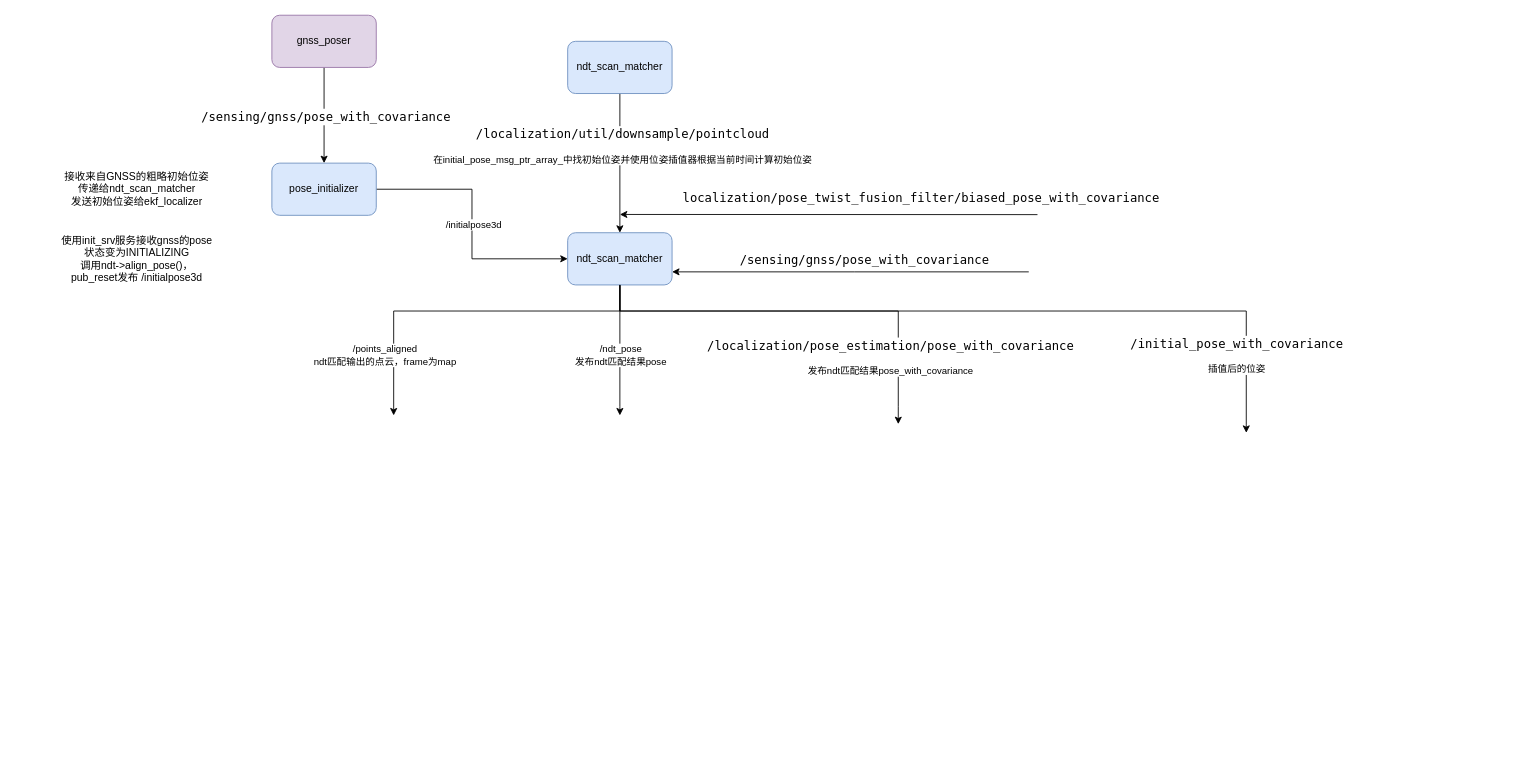
Before: Untitled Diagram.drawio in countsp/autoware.universe, a draw.io diagram. Source tidied: cells renumbered, new cells numbered last; positions are measured from the earlier drawing's top-left corner, leaving out a move shared by most shapes. Both pictures are drawn from the tidied source at 87%, with x=0, y=0 at pixel (15, 15).
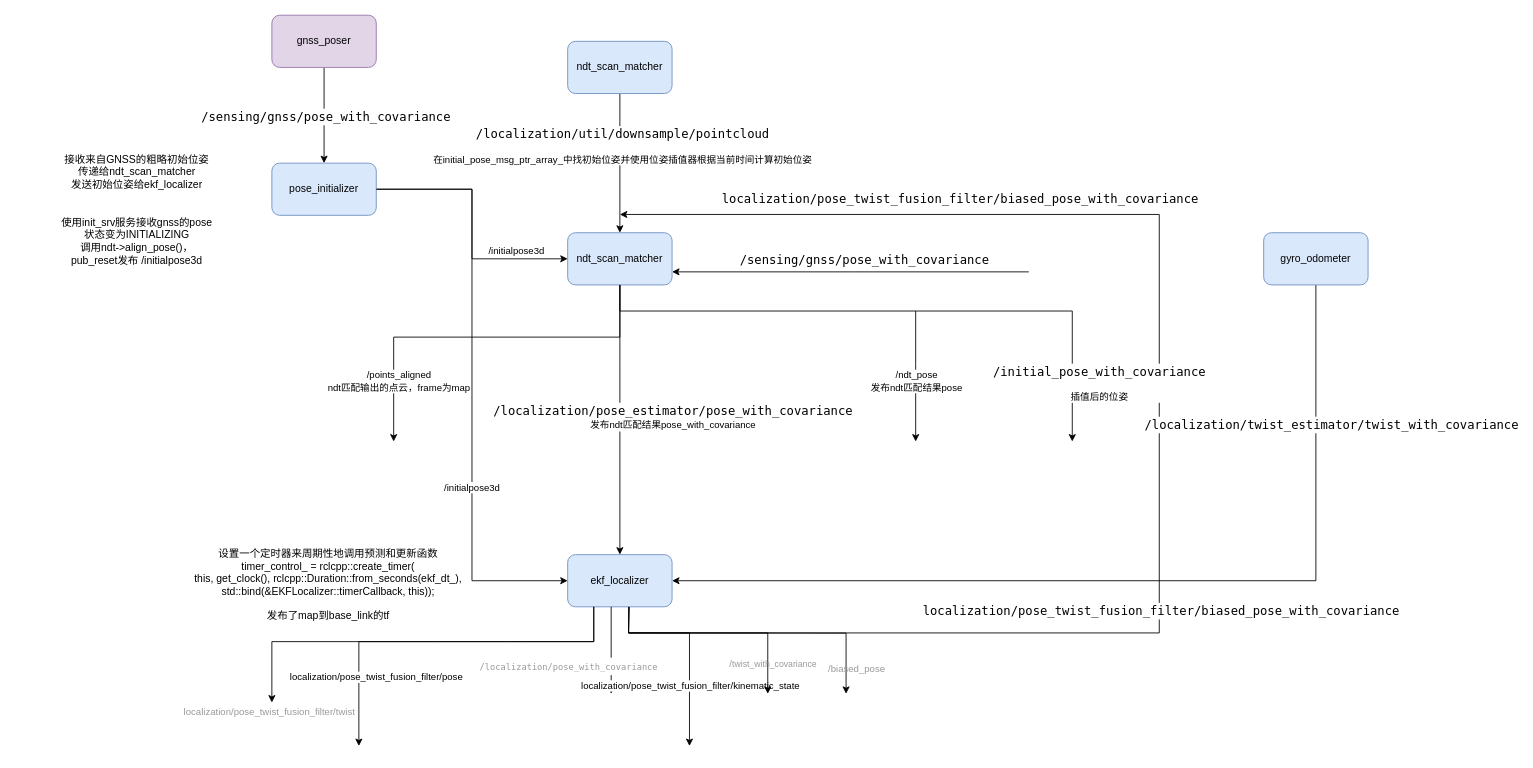
The same page after the edit.

The change refers to these unchanged cells:
```xml
<mxCell id="2" style="edgeStyle=orthogonalEdgeStyle;rounded=0;jettySize=auto;html=1;exitX=1;exitY=0.5;exitDx=0;exitDy=0;entryX=0;entryY=0.5;entryDx=0;entryDy=0;" parent="1" edge="1" source="4" target="14">
  <mxGeometry relative="1" as="geometry" />
</mxCell>
<mxCell id="4" value="pose_initializer" style="rounded=1;whiteSpace=wrap;html=1;fillColor=#dae8fc;strokeColor=#6c8ebf;" parent="1" vertex="1">
  <mxGeometry x="295" y="170" width="120" height="60" as="geometry" />
</mxCell>
<mxCell id="14" value="ndt_scan_matcher" style="rounded=1;whiteSpace=wrap;html=1;fillColor=#dae8fc;strokeColor=#6c8ebf;" parent="1" vertex="1">
  <mxGeometry x="635" y="250" width="120" height="60" as="geometry" />
</mxCell>
```

What changed in the source:
```diff
@@
     <mxCell id="3" value="/initialpose3d" style="edgeLabel;html=1;align=center;verticalAlign=middle;fontFamily=Helvetica;fontSize=11;fontColor=default;labelBackgroundColor=default;fillColor=none;gradientColor=none;" parent="2" vertex="1">
-      <mxGeometry y="1" relative="1" as="geometry" />
+      <mxGeometry y="1" relative="1" as="geometry">
+        <mxPoint x="49" y="30" as="offset" />
+      </mxGeometry>
     </mxCell>
@@
     <mxCell id="5" value="接收来自GNSS的粗略初始位姿&lt;div&gt;传递给ndt_scan_matcher&lt;/div&gt;&lt;div&gt;发送初始位姿给ekf_localizer&lt;/div&gt;" style="text;html=1;align=center;verticalAlign=middle;whiteSpace=wrap;rounded=0;" parent="1" vertex="1">
-      <mxGeometry x="45" y="157.5" width="190" height="85" as="geometry" />
+      <mxGeometry x="45" y="137.5" width="190" height="85" as="geometry" />
     </mxCell>
@@
-    <mxCell id="10" style="edgeStyle=orthogonalEdgeStyle;rounded=0;jettySize=auto;html=1;exitX=0.5;exitY=1;exitDx=0;exitDy=0;" parent="1" edge="1" source="14">
+    <mxCell id="10" style="edgeStyle=orthogonalEdgeStyle;rounded=0;orthogonalLoop=1;jettySize=auto;html=1;exitX=0.5;exitY=1;exitDx=0;exitDy=0;" parent="1" edge="1">
       <mxGeometry relative="1" as="geometry">
-        <mxPoint x="695" y="460" as="targetPoint" />
+        <mxPoint x="1035" y="340" as="sourcePoint" />
+        <mxPoint x="1035" y="490" as="targetPoint" />
         <Array as="points">
-          <mxPoint x="695" y="450" />
+          <mxPoint x="1035" y="400" />
+          <mxPoint x="1035" y="400" />
         </Array>
       </mxGeometry>
     </mxCell>
@@
-    <mxCell id="12" style="edgeStyle=orthogonalEdgeStyle;rounded=0;jettySize=auto;html=1;exitX=0.5;exitY=1;exitDx=0;exitDy=0;" parent="1" edge="1" source="14">
+    <mxCell id="12" style="edgeStyle=orthogonalEdgeStyle;rounded=0;jettySize=auto;html=1;exitX=0.5;exitY=1;exitDx=0;exitDy=0;entryX=0.5;entryY=0;entryDx=0;entryDy=0;" parent="1" edge="1" source="14" target="27">
       <mxGeometry relative="1" as="geometry">
-        <mxPoint x="1015" y="470" as="targetPoint" />
         <Array as="points">
-          <mxPoint x="695" y="340" />
-          <mxPoint x="1015" y="340" />
-          <mxPoint x="1015" y="450" />
+          <mxPoint x="695" y="400" />
+          <mxPoint x="695" y="400" />
         </Array>
       </mxGeometry>
     </mxCell>
-    <mxCell id="13" value="&lt;div style=&quot;color: rgb(204, 204, 204); font-family: &amp;quot;Droid Sans Mono&amp;quot;, &amp;quot;monospace&amp;quot;, monospace; font-weight: normal; font-size: 14px; line-height: 19px; white-space: pre;&quot;&gt;&lt;div&gt;&lt;font color=&quot;#000000&quot;&gt;/localization/pose_estimation/pose_with_covariance&lt;/font&gt;&lt;/div&gt;&lt;/div&gt;&lt;div&gt;&lt;br&gt;&lt;/div&gt;&lt;div&gt;发布ndt匹配结果pose_with_covariance&lt;/div&gt;" style="edgeLabel;html=1;align=center;verticalAlign=middle;" parent="12" vertex="1">
+    <mxCell id="13" value="&lt;div style=&quot;color: rgb(204, 204, 204); font-family: &amp;quot;Droid Sans Mono&amp;quot;, &amp;quot;monospace&amp;quot;, monospace; font-weight: normal; font-size: 14px; line-height: 19px; white-space: pre;&quot;&gt;&lt;div&gt;&lt;font color=&quot;#000000&quot;&gt;/localization/pose_estimator/pose_with_covariance&lt;/font&gt;&lt;/div&gt;&lt;/div&gt;&lt;div&gt;发布ndt匹配结果pose_with_covariance&lt;/div&gt;" style="edgeLabel;html=1;align=center;verticalAlign=middle;" parent="12" vertex="1">
       <mxGeometry x="0.6" y="2" relative="1" as="geometry">
-        <mxPoint x="-12" y="18" as="offset" />
+        <mxPoint x="58" y="-97" as="offset" />
       </mxGeometry>
     </mxCell>
@@
     <mxCell id="15" value="&lt;div&gt;使用init_srv服务接收gnss的pose&lt;/div&gt;&lt;div&gt;状态变为INITIALIZING&lt;/div&gt;&lt;div&gt;调用ndt-&amp;gt;align_pose()，&lt;/div&gt;&lt;div&gt;pub_reset发布 /initialpose3d&lt;/div&gt;" style="text;html=1;align=center;verticalAlign=middle;whiteSpace=wrap;rounded=0;" parent="1" vertex="1">
-      <mxGeometry y="230" width="280" height="100" as="geometry" />
+      <mxGeometry y="210" width="280" height="100" as="geometry" />
     </mxCell>
     <mxCell id="16" style="endArrow=classic;html=1;rounded=0;" parent="1" edge="1">
       <mxGeometry relative="1" as="geometry">
-        <mxPoint x="1175" y="229.2" as="sourcePoint" />
+        <mxPoint x="705" y="710" as="sourcePoint" />
         <mxPoint x="695" y="229" as="targetPoint" />
+        <Array as="points">
+          <mxPoint x="1315" y="710" />
+          <mxPoint x="1315" y="229" />
+        </Array>
       </mxGeometry>
     </mxCell>
@@
     <mxCell id="23" style="endArrow=classic;html=1;rounded=0;exitX=0.5;exitY=1;exitDx=0;exitDy=0;" parent="1" edge="1" source="14">
       <mxGeometry relative="1" as="geometry">
-        <mxPoint x="435" y="460" as="targetPoint" />
+        <mxPoint x="435" y="490" as="targetPoint" />
         <Array as="points">
-          <mxPoint x="695" y="340" />
-          <mxPoint x="435" y="340" />
+          <mxPoint x="695" y="370" />
+          <mxPoint x="435" y="370" />
         </Array>
       </mxGeometry>
     </mxCell>
@@
     <mxCell id="25" style="edgeStyle=orthogonalEdgeStyle;rounded=0;orthogonalLoop=1;jettySize=auto;html=1;exitX=0.5;exitY=1;exitDx=0;exitDy=0;" parent="1" edge="1">
       <mxGeometry relative="1" as="geometry">
         <mxPoint x="695" y="310" as="sourcePoint" />
-        <mxPoint x="1415" y="480" as="targetPoint" />
+        <mxPoint x="1215" y="490" as="targetPoint" />
         <Array as="points">
           <mxPoint x="695" y="340" />
-          <mxPoint x="1415" y="340" />
-          <mxPoint x="1415" y="470" />
+          <mxPoint x="1215" y="340" />
+          <mxPoint x="1215" y="480" />
         </Array>
       </mxGeometry>
     </mxCell>
     <mxCell id="26" value="&lt;div style=&quot;color: rgb(204, 204, 204); font-family: &amp;quot;Droid Sans Mono&amp;quot;, &amp;quot;monospace&amp;quot;, monospace; font-weight: normal; font-size: 14px; line-height: 19px; white-space: pre;&quot;&gt;&lt;div&gt;&lt;font color=&quot;#000000&quot;&gt;/initial_pose_with_covariance&lt;/font&gt;&lt;/div&gt;&lt;/div&gt;&lt;div&gt;&lt;br&gt;&lt;/div&gt;&lt;div&gt;插值后的位姿&lt;br&gt;&lt;/div&gt;" style="edgeLabel;html=1;align=center;verticalAlign=middle;" parent="25" vertex="1">
       <mxGeometry x="0.6" y="2" relative="1" as="geometry">
-        <mxPoint x="26" y="52" as="offset" />
+        <mxPoint x="28" y="72" as="offset" />
       </mxGeometry>
     </mxCell>
+    <mxCell id="27" value="ekf_localizer" style="rounded=1;whiteSpace=wrap;html=1;fillColor=#dae8fc;strokeColor=#6c8ebf;" parent="1" vertex="1">
+      <mxGeometry x="635" y="620" width="120" height="60" as="geometry" />
+    </mxCell>
+    <mxCell id="28" style="endArrow=classic;html=1;rounded=0;exitX=1;exitY=0.5;exitDx=0;exitDy=0;entryX=0;entryY=0.5;entryDx=0;entryDy=0;" parent="1" edge="1" source="4" target="27">
+      <mxGeometry relative="1" as="geometry">
+        <Array as="points">
+          <mxPoint x="525" y="200" />
+          <mxPoint x="525" y="650" />
+        </Array>
+      </mxGeometry>
+    </mxCell>
+    <mxCell id="29" value="/initialpose3d" style="edgeLabel;html=1;align=center;verticalAlign=middle;" parent="28" vertex="1">
+      <mxGeometry x="0.35" y="-1" relative="1" as="geometry" />
+    </mxCell>
+    <mxCell id="30" style="endArrow=classic;html=1;rounded=0;entryX=1;entryY=0.5;entryDx=0;entryDy=0;exitX=0.5;exitY=1;exitDx=0;exitDy=0;" parent="1" edge="1" source="32" target="27">
+      <mxGeometry relative="1" as="geometry">
+        <Array as="points">
+          <mxPoint x="1495" y="650" />
+        </Array>
+      </mxGeometry>
+    </mxCell>
+    <mxCell id="31" value="&lt;div style=&quot;color: rgb(204, 204, 204); font-family: &amp;quot;Droid Sans Mono&amp;quot;, &amp;quot;monospace&amp;quot;, monospace; font-weight: normal; font-size: 14px; line-height: 19px; white-space: pre;&quot;&gt;&lt;div&gt;&lt;font color=&quot;#000000&quot;&gt;&lt;span style=&quot;background-color: rgb(255, 255, 255);&quot;&gt;/localization/twist_estimator/twist_with_covariance&lt;/span&gt;&lt;/font&gt;&lt;/div&gt;&lt;/div&gt;" style="edgeLabel;html=1;align=center;verticalAlign=middle;" parent="30" vertex="1">
+      <mxGeometry x="-0.22" y="1" relative="1" as="geometry">
+        <mxPoint x="98" y="-181" as="offset" />
+      </mxGeometry>
+    </mxCell>
+    <mxCell id="32" value="gyro_odometer" style="rounded=1;whiteSpace=wrap;html=1;fillColor=#dae8fc;strokeColor=#6c8ebf;" parent="1" vertex="1">
+      <mxGeometry x="1435" y="250" width="120" height="60" as="geometry" />
+    </mxCell>
+    <mxCell id="33" value="&lt;div&gt;设置一个定时器来周期性地调用预测和更新函数&lt;/div&gt;&lt;div&gt;timer_control_ = rclcpp::&lt;span class=&quot;hljs-built_in&quot;&gt;create_timer&lt;/span&gt;(&lt;/div&gt;    &lt;span class=&quot;hljs-keyword&quot;&gt;this&lt;/span&gt;, &lt;span class=&quot;hljs-built_in&quot;&gt;get_clock&lt;/span&gt;(), rclcpp::Duration::&lt;span class=&quot;hljs-built_in&quot;&gt;from_seconds&lt;/span&gt;(ekf_dt_),&lt;br&gt;&lt;div&gt;    std::&lt;span class=&quot;hljs-built_in&quot;&gt;bind&lt;/span&gt;(&amp;amp;EKFLocalizer::timerCallback, &lt;span class=&quot;hljs-keyword&quot;&gt;this&lt;/span&gt;));&lt;/div&gt;&lt;div&gt;&lt;br&gt;&lt;/div&gt;&lt;div&gt;发布了map到base_link的tf&lt;br&gt;&lt;/div&gt;" style="text;html=1;align=center;verticalAlign=middle;whiteSpace=wrap;rounded=0;" parent="1" vertex="1">
+      <mxGeometry x="115" y="550" width="490" height="210" as="geometry" />
+    </mxCell>
+    <mxCell id="34" style="endArrow=classic;html=1;rounded=0;exitX=0.25;exitY=1;exitDx=0;exitDy=0;" parent="1" edge="1" source="27">
+      <mxGeometry relative="1" as="geometry">
+        <mxPoint x="395" y="840" as="targetPoint" />
+        <Array as="points">
+          <mxPoint x="665" y="720" />
+          <mxPoint x="585" y="720" />
+          <mxPoint x="395" y="720" />
+        </Array>
+      </mxGeometry>
+    </mxCell>
+    <mxCell id="35" value="localization/pose_twist_fusion_filter/pose" style="edgeLabel;html=1;align=center;verticalAlign=middle;" parent="34" vertex="1">
+      <mxGeometry x="0.1" y="2" relative="1" as="geometry">
+        <mxPoint x="-54" y="38" as="offset" />
+      </mxGeometry>
+    </mxCell>
+    <mxCell id="36" style="endArrow=classic;html=1;rounded=0;exitX=0.25;exitY=1;exitDx=0;exitDy=0;" parent="1" edge="1">
+      <mxGeometry relative="1" as="geometry">
+        <mxPoint x="685" y="680" as="sourcePoint" />
+        <mxPoint x="685" y="780" as="targetPoint" />
+      </mxGeometry>
+    </mxCell>
+    <mxCell id="37" value="&lt;div style=&quot;font-family: &amp;quot;Droid Sans Mono&amp;quot;, &amp;quot;monospace&amp;quot;, monospace; font-weight: normal; line-height: 19px; white-space: pre; font-size: 13px;&quot;&gt;&lt;div&gt;&lt;font color=&quot;#999999&quot; style=&quot;font-size: 10px;&quot;&gt;/localization/pose_with_covariance&lt;/font&gt;&lt;/div&gt;&lt;/div&gt;" style="edgeLabel;html=1;align=center;verticalAlign=middle;" parent="36" vertex="1">
+      <mxGeometry x="0.1" y="2" relative="1" as="geometry">
+        <mxPoint x="-52" y="12" as="offset" />
+      </mxGeometry>
+    </mxCell>
+    <mxCell id="38" style="endArrow=classic;html=1;rounded=0;exitX=0.59;exitY=1.004;exitDx=0;exitDy=0;exitPerimeter=0;" parent="1" edge="1" source="27">
+      <mxGeometry relative="1" as="geometry">
+        <mxPoint x="775" y="840" as="targetPoint" />
+        <Array as="points">
+          <mxPoint x="705" y="710" />
+          <mxPoint x="775" y="710" />
+        </Array>
+      </mxGeometry>
+    </mxCell>
+    <mxCell id="39" value="localization/pose_twist_fusion_filter/kinematic_state" style="edgeLabel;html=1;align=center;verticalAlign=middle;" parent="38" vertex="1">
+      <mxGeometry x="0.1" y="2" relative="1" as="geometry">
+        <mxPoint x="-2" y="34" as="offset" />
+      </mxGeometry>
+    </mxCell>
+    <mxCell id="40" style="endArrow=classic;html=1;rounded=0;exitX=0.25;exitY=1;exitDx=0;exitDy=0;" parent="1" edge="1" source="27">
+      <mxGeometry relative="1" as="geometry">
+        <mxPoint x="295" y="790" as="targetPoint" />
+        <Array as="points">
+          <mxPoint x="665" y="720" />
+          <mxPoint x="565" y="720" />
+          <mxPoint x="485" y="720" />
+          <mxPoint x="295" y="720" />
+        </Array>
+      </mxGeometry>
+    </mxCell>
+    <mxCell id="41" value="&lt;font color=&quot;#999999&quot;&gt;localization/pose_twist_fusion_filter/twist&lt;/font&gt;" style="edgeLabel;html=1;align=center;verticalAlign=middle;" parent="40" vertex="1">
+      <mxGeometry x="0.1" y="2" relative="1" as="geometry">
+        <mxPoint x="-150" y="78" as="offset" />
+      </mxGeometry>
+    </mxCell>
+    <mxCell id="42" style="endArrow=classic;html=1;rounded=0;exitX=0.585;exitY=0.999;exitDx=0;exitDy=0;exitPerimeter=0;" parent="1" edge="1" source="27">
+      <mxGeometry relative="1" as="geometry">
+        <mxPoint x="865" y="780" as="targetPoint" />
+        <Array as="points">
+          <mxPoint x="705" y="710" />
+          <mxPoint x="865" y="710" />
+        </Array>
+      </mxGeometry>
+    </mxCell>
+    <mxCell id="43" value="&lt;font color=&quot;#999999&quot;&gt;/&lt;font style=&quot;white-space: pre;&quot; size=&quot;1&quot;&gt;&lt;span style=&quot;&quot;&gt;twist_with_covariance&lt;/span&gt;&lt;/font&gt;&lt;/font&gt;" style="edgeLabel;html=1;align=center;verticalAlign=middle;labelBackgroundColor=none;" parent="42" vertex="1">
+      <mxGeometry x="0.44" y="1" relative="1" as="geometry">
+        <mxPoint x="9" y="36" as="offset" />
+      </mxGeometry>
+    </mxCell>
+    <mxCell id="44" style="endArrow=classic;html=1;rounded=0;exitX=0.585;exitY=1.002;exitDx=0;exitDy=0;exitPerimeter=0;" parent="1" edge="1" source="27">
+      <mxGeometry relative="1" as="geometry">
+        <mxPoint x="955" y="780" as="targetPoint" />
+        <Array as="points">
+          <mxPoint x="705" y="710" />
+          <mxPoint x="955" y="710.2" />
+        </Array>
+      </mxGeometry>
+    </mxCell>
+    <mxCell id="45" value="&lt;font&gt;/biased_pose&lt;/font&gt;" style="edgeLabel;html=1;align=center;verticalAlign=middle;labelBackgroundColor=none;fontColor=#999999;" parent="44" vertex="1">
+      <mxGeometry x="0.44" y="1" relative="1" as="geometry">
+        <mxPoint x="39" y="41" as="offset" />
+      </mxGeometry>
+    </mxCell>
+    <mxCell id="46" value="&lt;div style=&quot;font-family: &amp;quot;Droid Sans Mono&amp;quot;, &amp;quot;monospace&amp;quot;, monospace; font-weight: normal; font-size: 14px; line-height: 19px; white-space: pre;&quot;&gt;&lt;div&gt;localization/pose_twist_fusion_filter/biased_pose_with_covariance&lt;/div&gt;&lt;/div&gt;" style="edgeLabel;html=1;align=center;verticalAlign=middle;" parent="1" vertex="1">
+      <mxGeometry x="1085" y="210" as="geometry" />
+    </mxCell>
```
